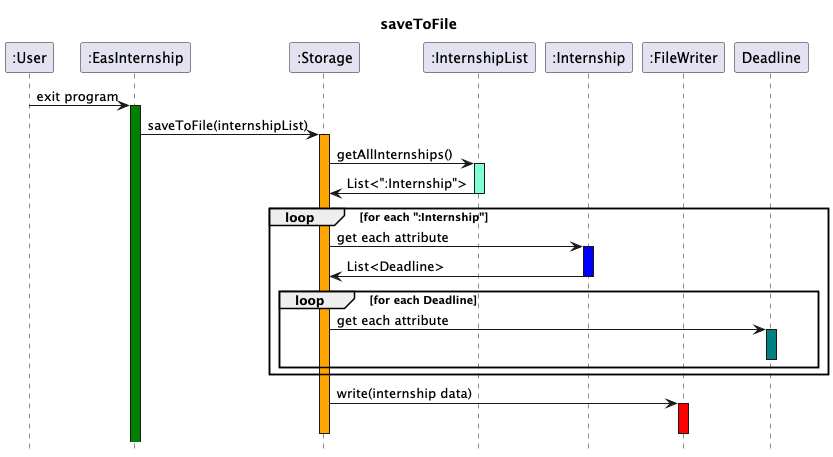
nus-cs2113-AY2425S1/tp keeps this PlantUML diagram as docs/UML/saveToFile.png. Above is the earlier version.
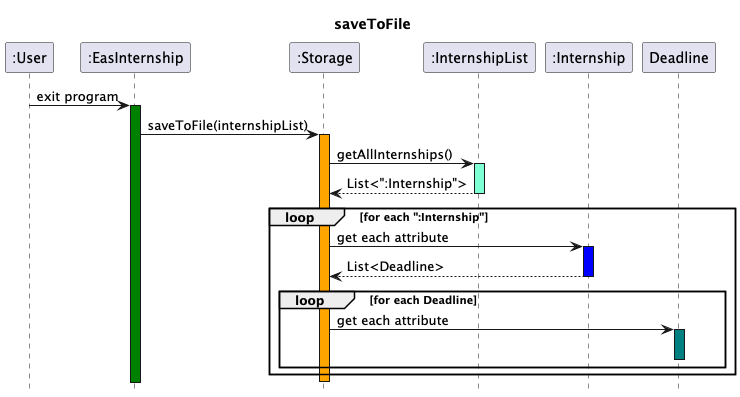
The same diagram one commit later.

Change to the diagram source:
```diff
@@ -6,7 +6,6 @@
 participant ":Storage"
 participant ":InternshipList"
 participant ":Internship"
-participant ":FileWriter"
 
 ":User" -> ":EasInternship": exit program
 activate ":EasInternship" #green
@@ -14,13 +13,13 @@
 activate ":Storage" #orange
 ":Storage" -> ":InternshipList" : getAllInternships()
 activate ":InternshipList" #aquamarine
-":InternshipList" -> ":Storage" : List<":Internship">
+":InternshipList" --> ":Storage" : List<":Internship">
 deactivate ":InternshipList"
 
 loop for each ":Internship"
 ":Storage"-> ":Internship" : get each attribute
 activate ":Internship" #blue
-":Internship" -> ":Storage" : List<Deadline>
+":Internship" --> ":Storage" : List<Deadline>
 deactivate ":Internship"
     loop for each Deadline
         ":Storage" -> Deadline : get each attribute
@@ -29,8 +28,5 @@
     end
 end
 
-":Storage" -> ":FileWriter" : write(internship data)
-activate ":FileWriter" #red
-deactivate ":FileWriter"
 deactivate ":Storage"
 @enduml
```
